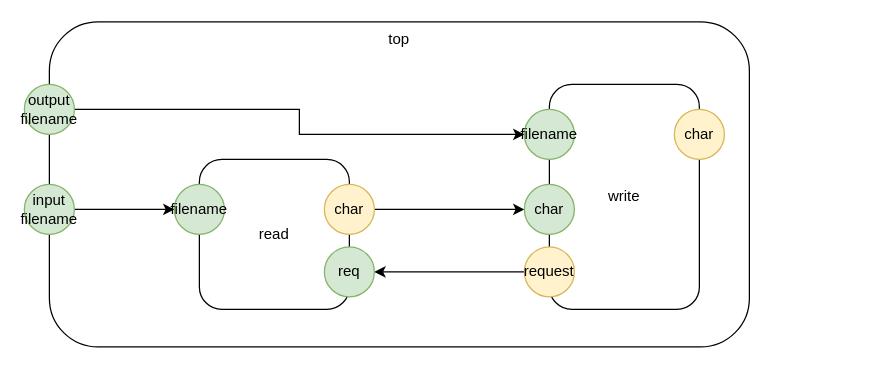
Above: cat.drawio in guitarvydas/duct (draw.io), before the change. Source tidied: cells renumbered, new cells numbered last; positions are measured from the earlier drawing's top-left corner, leaving out a move shared by most shapes. Both pictures are drawn from the tidied source at 125%, with x=0, y=0 at pixel (24, 21).
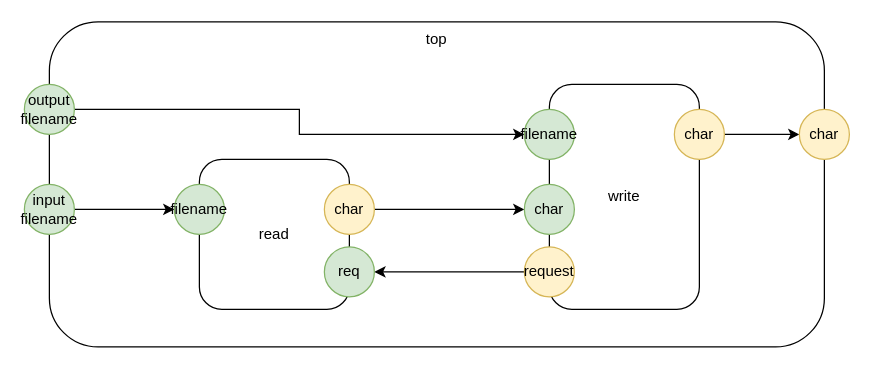
Above is the later version.

Commit message (it also covers changes not shown here):
output port "char" on top

What changed in the source:
```diff
@@
 <mxGraphModel>
   <root>
     <mxCell id="0" />
     <mxCell id="1" parent="0" />
     <mxCell id="2" value="top" style="rounded=1;whiteSpace=wrap;html=1;horizontal=1;verticalAlign=top;" parent="1" vertex="1">
-      <mxGeometry x="20" width="560" height="260" as="geometry" />
+      <mxGeometry x="20" width="620" height="260" as="geometry" />
     </mxCell>
     <mxCell id="3" value="write" style="rounded=1;whiteSpace=wrap;html=1;" parent="1" vertex="1">
       <mxGeometry x="420" y="50" width="120" height="180" as="geometry" />
     </mxCell>
     <mxCell id="4" value="read" style="rounded=1;whiteSpace=wrap;html=1;" parent="1" vertex="1">
       <mxGeometry x="140" y="110" width="120" height="120" as="geometry" />
     </mxCell>
     <mxCell id="5" value="filename" style="ellipse;whiteSpace=wrap;html=1;fillColor=#d5e8d4;strokeColor=#82b366;" parent="1" vertex="1">
       <mxGeometry x="400" y="70" width="40" height="40" as="geometry" />
     </mxCell>
     <mxCell id="6" style="edgeStyle=orthogonalEdgeStyle;rounded=0;jettySize=auto;html=1;exitX=1;exitY=0.5;exitDx=0;exitDy=0;" parent="1" edge="1" source="7" target="8">
       <mxGeometry relative="1" as="geometry" />
     </mxCell>
     <mxCell id="7" value="char" style="ellipse;whiteSpace=wrap;html=1;fillColor=#fff2cc;strokeColor=#d6b656;" parent="1" vertex="1">
       <mxGeometry x="240" y="130" width="40" height="40" as="geometry" />
     </mxCell>
     <mxCell id="8" value="char" style="ellipse;whiteSpace=wrap;html=1;fillColor=#d5e8d4;strokeColor=#82b366;" parent="1" vertex="1">
       <mxGeometry x="400" y="130" width="40" height="40" as="geometry" />
     </mxCell>
     <mxCell id="9" value="filename" style="ellipse;whiteSpace=wrap;html=1;fillColor=#d5e8d4;strokeColor=#82b366;" parent="1" vertex="1">
       <mxGeometry x="120" y="130" width="40" height="40" as="geometry" />
     </mxCell>
     <mxCell id="10" style="edgeStyle=orthogonalEdgeStyle;rounded=0;jettySize=auto;html=1;exitX=1;exitY=0.5;exitDx=0;exitDy=0;entryX=0;entryY=0.5;entryDx=0;entryDy=0;" parent="1" edge="1" source="11" target="9">
       <mxGeometry relative="1" as="geometry" />
     </mxCell>
     <mxCell id="11" value="input filename" style="ellipse;whiteSpace=wrap;html=1;fillColor=#d5e8d4;strokeColor=#82b366;" parent="1" vertex="1">
       <mxGeometry y="130" width="40" height="40" as="geometry" />
     </mxCell>
     <mxCell id="12" style="edgeStyle=orthogonalEdgeStyle;rounded=0;jettySize=auto;html=1;exitX=1;exitY=0.5;exitDx=0;exitDy=0;entryX=0;entryY=0.5;entryDx=0;entryDy=0;" parent="1" edge="1" source="13" target="5">
       <mxGeometry relative="1" as="geometry" />
     </mxCell>
     <mxCell id="13" value="output filename" style="ellipse;whiteSpace=wrap;html=1;fillColor=#d5e8d4;strokeColor=#82b366;" parent="1" vertex="1">
       <mxGeometry y="50" width="40" height="40" as="geometry" />
     </mxCell>
     <mxCell id="14" style="edgeStyle=orthogonalEdgeStyle;rounded=0;jettySize=auto;html=1;exitX=0;exitY=0.5;exitDx=0;exitDy=0;entryX=1;entryY=0.5;entryDx=0;entryDy=0;" parent="1" edge="1" source="15" target="16">
       <mxGeometry relative="1" as="geometry" />
     </mxCell>
     <mxCell id="15" value="request" style="ellipse;whiteSpace=wrap;html=1;fillColor=#fff2cc;strokeColor=#d6b656;" parent="1" vertex="1">
       <mxGeometry x="400" y="180" width="40" height="40" as="geometry" />
     </mxCell>
     <mxCell id="16" value="req" style="ellipse;whiteSpace=wrap;html=1;fillColor=#d5e8d4;strokeColor=#82b366;" parent="1" vertex="1">
       <mxGeometry x="240" y="180" width="40" height="40" as="geometry" />
     </mxCell>
+    <mxCell id="18" style="edgeStyle=orthogonalEdgeStyle;rounded=0;jettySize=auto;html=1;exitX=1;exitY=0.5;exitDx=0;exitDy=0;" parent="1" edge="1" source="17" target="19">
+      <mxGeometry relative="1" as="geometry" />
+    </mxCell>
     <mxCell id="17" value="char" style="ellipse;whiteSpace=wrap;html=1;fillColor=#fff2cc;strokeColor=#d6b656;" parent="1" vertex="1">
       <mxGeometry x="520" y="70" width="40" height="40" as="geometry" />
     </mxCell>
+    <mxCell id="19" value="char" style="ellipse;whiteSpace=wrap;html=1;fillColor=#fff2cc;strokeColor=#d6b656;" parent="1" vertex="1">
+      <mxGeometry x="620" y="70" width="40" height="40" as="geometry" />
+    </mxCell>
   </root>
 </mxGraphModel>
```
